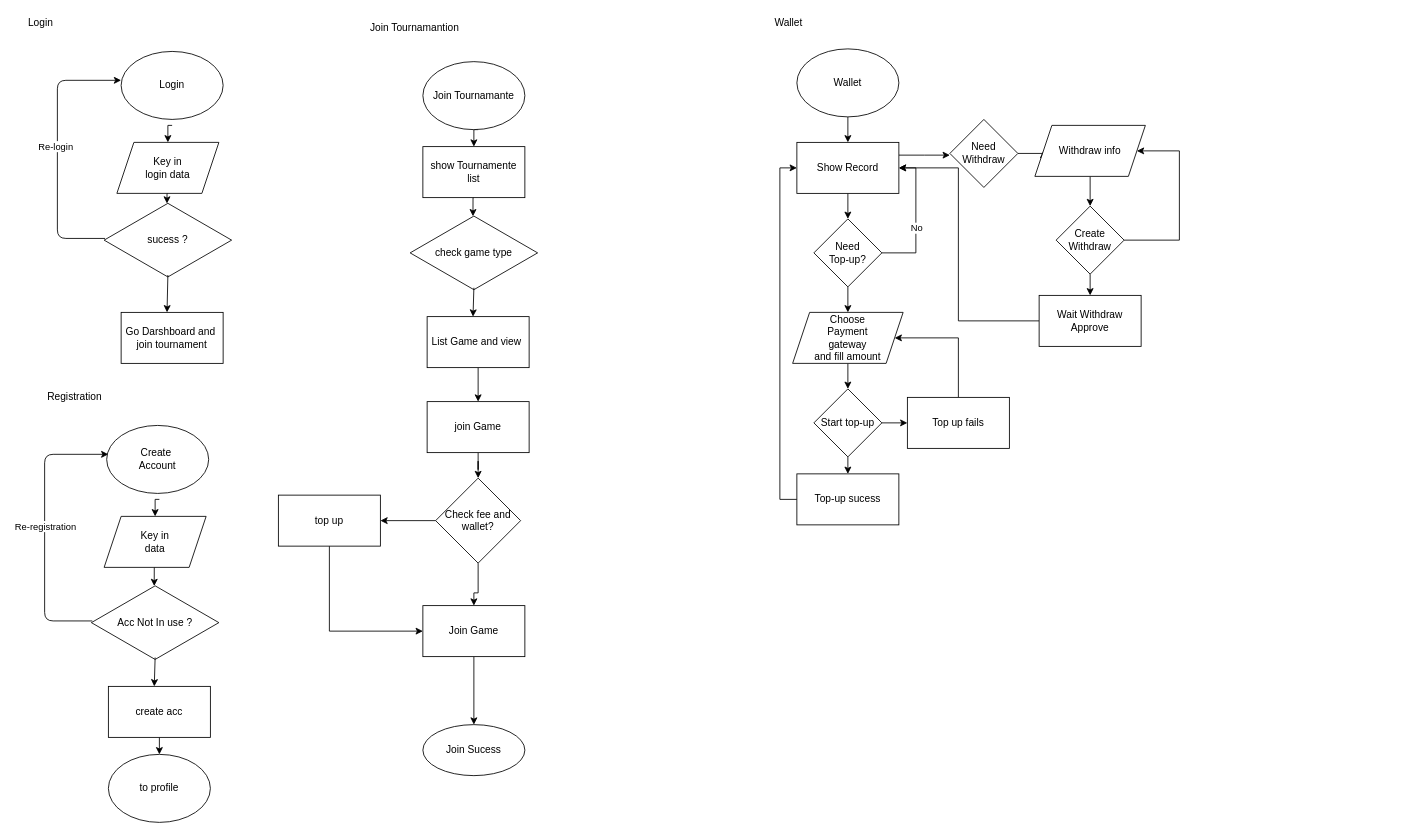
This is page "Flow chart" (8 of 8) of Untitled Diagram.drawio from krtechndesign/facejs, a draw.io file, before an edit. Source tidied: cells renumbered, new cells numbered last; positions are measured from the earlier drawing's top-left corner, leaving out a move shared by most shapes. Both pictures are drawn from the tidied source at 85%, with x=0, y=0 at pixel (23, 14).
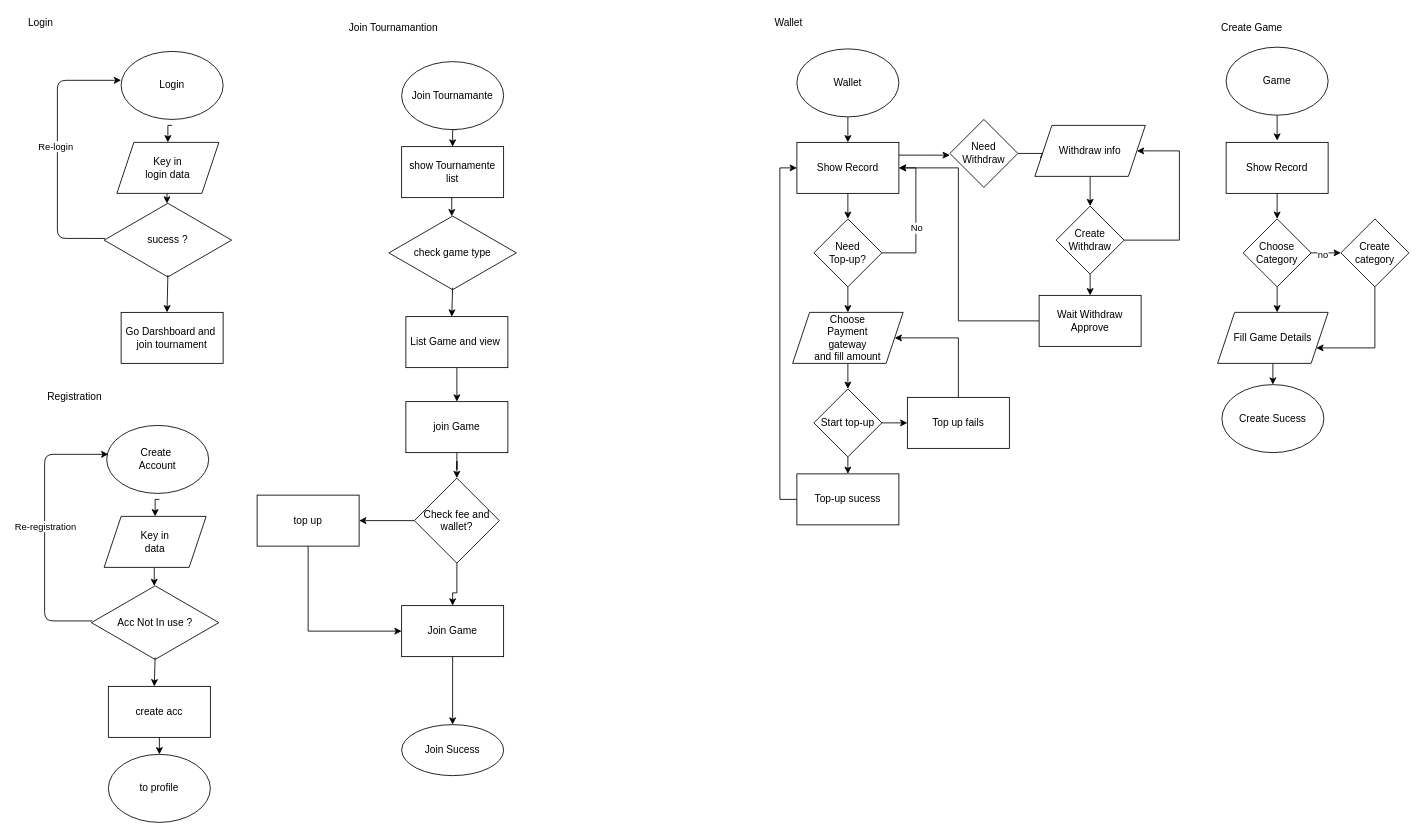
After the change.

The edit, as a diff of the source:
```diff
@@
     <mxCell id="19" value="check game type" style="html=1;whiteSpace=wrap;shape=isoRectangle;" parent="1" vertex="1">
-      <mxGeometry x="455" y="235" width="150" height="90" as="geometry" />
+      <mxGeometry x="430" y="235" width="150" height="90" as="geometry" />
     </mxCell>
     <mxCell id="20" style="edgeStyle=orthogonalEdgeStyle;rounded=0;orthogonalLoop=1;jettySize=auto;html=1;exitX=0.5;exitY=1;exitDx=0;exitDy=0;entryX=0.5;entryY=0;entryDx=0;entryDy=0;" parent="1" edge="1">
       <mxGeometry relative="1" as="geometry">
-        <mxPoint x="535" y="135" as="sourcePoint" />
-        <mxPoint x="530" y="155" as="targetPoint" />
+        <mxPoint x="510" y="135" as="sourcePoint" />
+        <mxPoint x="505" y="155" as="targetPoint" />
       </mxGeometry>
     </mxCell>
-    <mxCell id="21" style="edgeStyle=orthogonalEdgeStyle;rounded=0;jettySize=auto;html=1;exitX=0.5;exitY=1;exitDx=0;exitDy=0;entryX=0.493;entryY=0.022;entryDx=0;entryDy=0;entryPerimeter=0;" parent="1" edge="1" target="19">
+    <mxCell id="21" style="edgeStyle=orthogonalEdgeStyle;rounded=0;orthogonalLoop=1;jettySize=auto;html=1;exitX=0.5;exitY=1;exitDx=0;exitDy=0;entryX=0.493;entryY=0.022;entryDx=0;entryDy=0;entryPerimeter=0;" parent="1" edge="1">
       <mxGeometry relative="1" as="geometry">
-        <mxPoint x="530" y="215" as="sourcePoint" />
+        <mxPoint x="505" y="215" as="sourcePoint" />
+        <mxPoint x="504" y="237" as="targetPoint" />
       </mxGeometry>
     </mxCell>
@@
     <mxCell id="23" value="List Game and view&amp;nbsp;" style="rounded=0;whiteSpace=wrap;html=1;" parent="1" vertex="1">
-      <mxGeometry x="475" y="355" width="120" height="60" as="geometry" />
+      <mxGeometry x="450" y="355" width="120" height="60" as="geometry" />
     </mxCell>
-    <mxCell id="24" style="endArrow=classic;html=1;exitX=0.5;exitY=0.956;exitDx=0;exitDy=0;exitPerimeter=0;entryX=0.45;entryY=0;entryDx=0;entryDy=0;entryPerimeter=0;" parent="1" edge="1" source="19" target="23">
-      <mxGeometry relative="1" as="geometry" />
+    <mxCell id="24" style="endArrow=classic;html=1;exitX=0.5;exitY=0.956;exitDx=0;exitDy=0;exitPerimeter=0;entryX=0.45;entryY=0;entryDx=0;entryDy=0;entryPerimeter=0;" parent="1" edge="1" target="23">
+      <mxGeometry relative="1" as="geometry">
+        <mxPoint x="505" y="321" as="sourcePoint" />
+      </mxGeometry>
     </mxCell>
@@
     <mxCell id="27" value="Join Tournamantion" style="text;html=1;align=center;verticalAlign=middle;strokeColor=none;fillColor=none;" parent="1" vertex="1">
-      <mxGeometry x="400" y="5" width="120" height="20" as="geometry" />
+      <mxGeometry x="375" y="5" width="120" height="20" as="geometry" />
     </mxCell>
     <mxCell id="28" value="show Tournamente list" style="rounded=0;whiteSpace=wrap;html=1;" parent="1" vertex="1">
-      <mxGeometry x="470" y="155" width="120" height="60" as="geometry" />
+      <mxGeometry x="445" y="155" width="120" height="60" as="geometry" />
     </mxCell>
@@
     <mxCell id="30" style="edgeStyle=orthogonalEdgeStyle;rounded=0;jettySize=auto;html=1;exitX=0;exitY=0.5;exitDx=0;exitDy=0;" parent="1" edge="1" source="32">
       <mxGeometry relative="1" as="geometry">
-        <mxPoint x="420" y="595" as="targetPoint" />
+        <mxPoint x="395" y="595" as="targetPoint" />
         <Array as="points">
-          <mxPoint x="420" y="595" />
+          <mxPoint x="395" y="595" />
         </Array>
       </mxGeometry>
     </mxCell>
     <mxCell id="31" style="edgeStyle=orthogonalEdgeStyle;rounded=0;jettySize=auto;html=1;exitX=0.5;exitY=1;exitDx=0;exitDy=0;entryX=0.5;entryY=0;entryDx=0;entryDy=0;" parent="1" edge="1" source="32" target="36">
       <mxGeometry relative="1" as="geometry">
         <Array as="points">
-          <mxPoint x="535" y="680" />
-          <mxPoint x="530" y="680" />
+          <mxPoint x="510" y="680" />
+          <mxPoint x="505" y="680" />
         </Array>
       </mxGeometry>
     </mxCell>
     <mxCell id="32" value="Check fee and wallet?" style="rhombus;whiteSpace=wrap;html=1;" parent="1" vertex="1">
-      <mxGeometry x="485" y="545" width="100" height="100" as="geometry" />
+      <mxGeometry x="460" y="545" width="100" height="100" as="geometry" />
     </mxCell>
@@
     <mxCell id="34" value="top up" style="rounded=0;whiteSpace=wrap;html=1;" parent="1" vertex="1">
-      <mxGeometry x="300" y="565" width="120" height="60" as="geometry" />
+      <mxGeometry x="275" y="565" width="120" height="60" as="geometry" />
     </mxCell>
@@
     <mxCell id="36" value="Join Game" style="rounded=0;whiteSpace=wrap;html=1;" parent="1" vertex="1">
-      <mxGeometry x="470" y="695" width="120" height="60" as="geometry" />
+      <mxGeometry x="445" y="695" width="120" height="60" as="geometry" />
     </mxCell>
     <mxCell id="37" value="join Game" style="rounded=0;whiteSpace=wrap;html=1;" parent="1" vertex="1">
-      <mxGeometry x="475" y="455" width="120" height="60" as="geometry" />
+      <mxGeometry x="450" y="455" width="120" height="60" as="geometry" />
     </mxCell>
     <mxCell id="38" value="Join Sucess" style="ellipse;whiteSpace=wrap;html=1;rounded=0;" parent="1" vertex="1">
-      <mxGeometry x="470" y="835" width="120" height="60" as="geometry" />
+      <mxGeometry x="445" y="835" width="120" height="60" as="geometry" />
     </mxCell>
     <mxCell id="39" value="&lt;span&gt;Join Tournamante&lt;/span&gt;" style="ellipse;whiteSpace=wrap;html=1;" parent="1" vertex="1">
-      <mxGeometry x="470" y="55" width="120" height="80" as="geometry" />
+      <mxGeometry x="445" y="55" width="120" height="80" as="geometry" />
     </mxCell>
@@
+    <mxCell id="71" style="edgeStyle=orthogonalEdgeStyle;rounded=0;jettySize=auto;html=1;exitX=0.5;exitY=1;exitDx=0;exitDy=0;entryX=0.5;entryY=0;entryDx=0;entryDy=0;" parent="1" edge="1" source="72">
+      <mxGeometry relative="1" as="geometry">
+        <mxPoint x="1475" y="148" as="targetPoint" />
+      </mxGeometry>
+    </mxCell>
+    <mxCell id="72" value="&lt;span&gt;Game&lt;/span&gt;" style="ellipse;whiteSpace=wrap;html=1;" parent="1" vertex="1">
+      <mxGeometry x="1415" y="38" width="120" height="80" as="geometry" />
+    </mxCell>
+    <mxCell id="73" value="Create Game" style="text;html=1;align=center;verticalAlign=middle;strokeColor=none;fillColor=none;" parent="1" vertex="1">
+      <mxGeometry x="1400" y="5" width="90" height="20" as="geometry" />
+    </mxCell>
+    <mxCell id="74" style="edgeStyle=orthogonalEdgeStyle;rounded=0;jettySize=auto;html=1;exitX=0.5;exitY=1;exitDx=0;exitDy=0;entryX=0.5;entryY=0;entryDx=0;entryDy=0;" parent="1" edge="1" source="75" target="79">
+      <mxGeometry relative="1" as="geometry" />
+    </mxCell>
+    <mxCell id="75" value="Show Record" style="rounded=0;whiteSpace=wrap;html=1;" parent="1" vertex="1">
+      <mxGeometry x="1415" y="150" width="120" height="60" as="geometry" />
+    </mxCell>
+    <mxCell id="76" style="edgeStyle=orthogonalEdgeStyle;rounded=0;jettySize=auto;html=1;exitX=1;exitY=0.5;exitDx=0;exitDy=0;" parent="1" edge="1" source="79">
+      <mxGeometry relative="1" as="geometry">
+        <mxPoint x="1550" y="279.8" as="targetPoint" />
+      </mxGeometry>
+    </mxCell>
+    <mxCell id="77" value="no" style="edgeLabel;html=1;align=center;verticalAlign=middle;" parent="76" vertex="1">
+      <mxGeometry x="-0.26" y="-2" relative="1" as="geometry" />
+    </mxCell>
+    <mxCell id="78" style="edgeStyle=orthogonalEdgeStyle;rounded=0;jettySize=auto;html=1;exitX=0.5;exitY=1;exitDx=0;exitDy=0;" parent="1" edge="1" source="79">
+      <mxGeometry relative="1" as="geometry">
+        <mxPoint x="1475" y="350" as="targetPoint" />
+      </mxGeometry>
+    </mxCell>
+    <mxCell id="79" value="Choose &lt;br&gt;Category" style="rhombus;whiteSpace=wrap;html=1;" parent="1" vertex="1">
+      <mxGeometry x="1435" y="240" width="80" height="80" as="geometry" />
+    </mxCell>
+    <mxCell id="80" style="edgeStyle=orthogonalEdgeStyle;rounded=0;jettySize=auto;html=1;exitX=0.5;exitY=1;exitDx=0;exitDy=0;entryX=1;entryY=0.75;entryDx=0;entryDy=0;" parent="1" edge="1" source="81" target="83">
+      <mxGeometry relative="1" as="geometry">
+        <Array as="points">
+          <mxPoint x="1590" y="392" />
+        </Array>
+      </mxGeometry>
+    </mxCell>
+    <mxCell id="81" value="Create&lt;br&gt;category" style="rhombus;whiteSpace=wrap;html=1;" parent="1" vertex="1">
+      <mxGeometry x="1550" y="240" width="80" height="80" as="geometry" />
+    </mxCell>
+    <mxCell id="82" style="edgeStyle=orthogonalEdgeStyle;rounded=0;jettySize=auto;html=1;exitX=0.5;exitY=1;exitDx=0;exitDy=0;entryX=0.5;entryY=0;entryDx=0;entryDy=0;" parent="1" edge="1" source="83" target="84">
+      <mxGeometry relative="1" as="geometry" />
+    </mxCell>
+    <mxCell id="83" value="Fill Game Details" style="shape=parallelogram;perimeter=parallelogramPerimeter;whiteSpace=wrap;html=1;fixedSize=1;" parent="1" vertex="1">
+      <mxGeometry x="1405" y="350" width="130" height="60" as="geometry" />
+    </mxCell>
+    <mxCell id="84" value="Create Sucess" style="ellipse;whiteSpace=wrap;html=1;" parent="1" vertex="1">
+      <mxGeometry x="1410" y="435" width="120" height="80" as="geometry" />
+    </mxCell>
```
